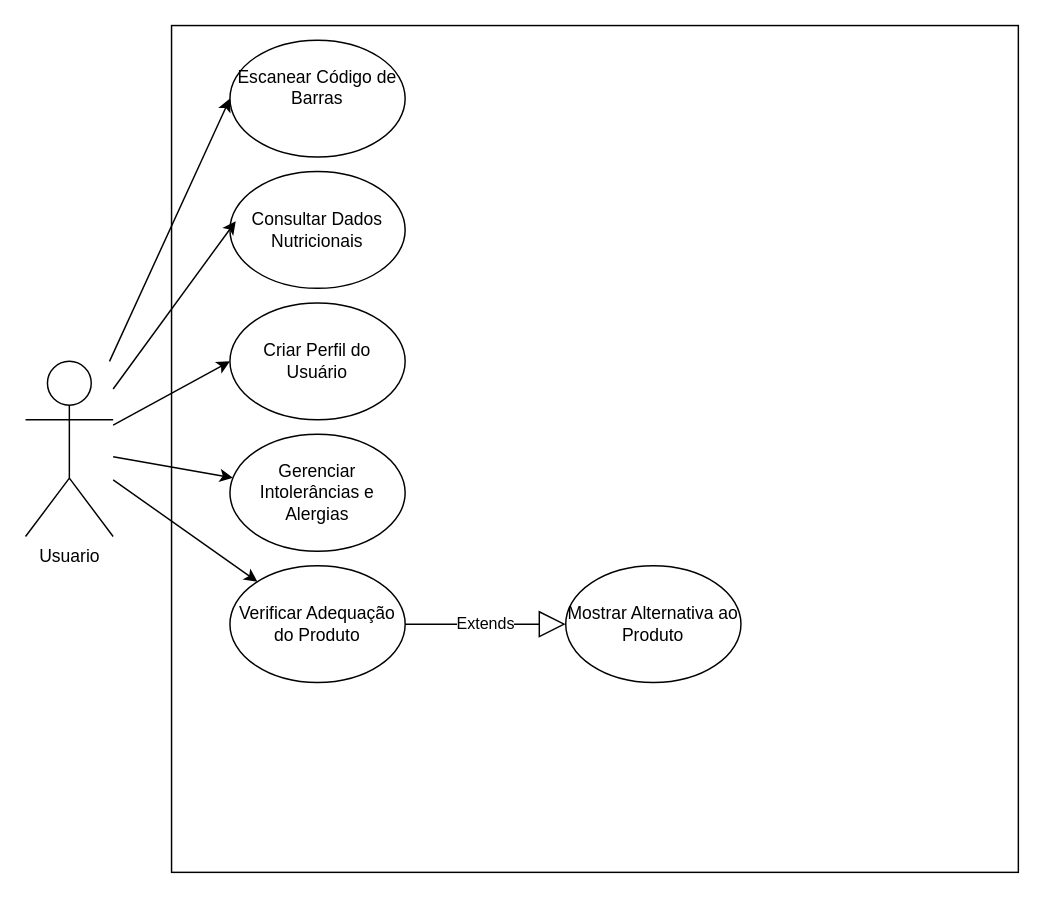
This is Diagrama sem nome.drawio from gabirucosta2140/desktop-Diogo, a draw.io file, before an edit. Source tidied: cells renumbered, new cells numbered last; positions are measured from the earlier drawing's top-left corner, leaving out a move shared by most shapes. Both pictures are drawn from the tidied source at 146%, with x=0, y=0 at pixel (25, 25).
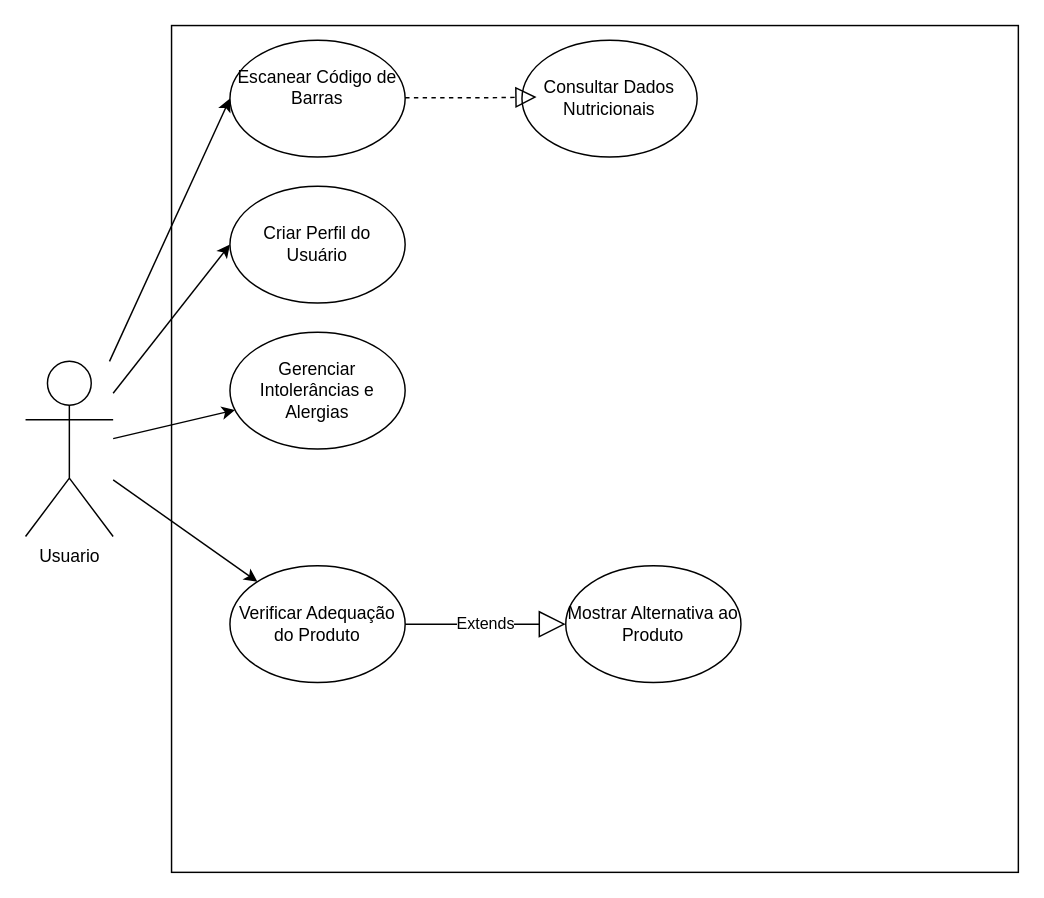
Above is the later version.

Commit message:
Actualizar Diagrama Caso de uso nutriscan.drawio

The edit, as a diff of the source:
```diff
@@
 <mxGraphModel>
   <root>
     <mxCell id="0" />
     <mxCell id="1" parent="0" />
     <mxCell id="2" style="whiteSpace=wrap;html=1;" parent="1" vertex="1">
       <mxGeometry x="100" width="580" height="580" as="geometry" />
     </mxCell>
     <mxCell id="3" value="Usuario" style="shape=umlActor;verticalLabelPosition=bottom;verticalAlign=top;html=1;outlineConnect=0;" parent="1" vertex="1">
       <mxGeometry y="230" width="60" height="120" as="geometry" />
     </mxCell>
     <mxCell id="4" value="&#10;Escanear Código de Barras&#10;&#10;" style="ellipse;whiteSpace=wrap;html=1;" parent="1" vertex="1">
       <mxGeometry x="140" y="10" width="120" height="80" as="geometry" />
     </mxCell>
     <mxCell id="5" style="endArrow=classic;html=1;rounded=0;entryX=0;entryY=0.5;entryDx=0;entryDy=0;" parent="1" edge="1" source="3" target="4">
       <mxGeometry relative="1" as="geometry" />
     </mxCell>
     <mxCell id="6" value="Consultar Dados Nutricionais" style="ellipse;whiteSpace=wrap;html=1;" parent="1" vertex="1">
-      <mxGeometry x="140" y="100" width="120" height="80" as="geometry" />
+      <mxGeometry x="340" y="10" width="120" height="80" as="geometry" />
     </mxCell>
-    <mxCell id="7" style="endArrow=classic;html=1;rounded=0;entryX=0.033;entryY=0.425;entryDx=0;entryDy=0;entryPerimeter=0;" parent="1" edge="1" source="3" target="6">
-      <mxGeometry relative="1" as="geometry" />
-    </mxCell>
     <mxCell id="8" value="Criar Perfil do Usuário" style="ellipse;whiteSpace=wrap;html=1;" parent="1" vertex="1">
-      <mxGeometry x="140" y="190" width="120" height="80" as="geometry" />
+      <mxGeometry x="140" y="110" width="120" height="80" as="geometry" />
     </mxCell>
     <mxCell id="9" style="endArrow=classic;html=1;rounded=0;entryX=0;entryY=0.5;entryDx=0;entryDy=0;" parent="1" edge="1" source="3" target="8">
       <mxGeometry relative="1" as="geometry" />
     </mxCell>
     <mxCell id="10" value="Gerenciar Intolerâncias e Alergias" style="ellipse;whiteSpace=wrap;html=1;" parent="1" vertex="1">
-      <mxGeometry x="140" y="280" width="120" height="80" as="geometry" />
+      <mxGeometry x="140" y="210" width="120" height="80" as="geometry" />
     </mxCell>
     <mxCell id="11" style="endArrow=classic;html=1;rounded=0;" parent="1" edge="1" source="3" target="10">
       <mxGeometry relative="1" as="geometry" />
     </mxCell>
     <mxCell id="12" value="Verificar Adequação do Produto" style="ellipse;whiteSpace=wrap;html=1;" parent="1" vertex="1">
       <mxGeometry x="140" y="370" width="120" height="80" as="geometry" />
     </mxCell>
     <mxCell id="13" style="endArrow=classic;html=1;rounded=0;" parent="1" edge="1" source="3" target="12">
       <mxGeometry relative="1" as="geometry" />
     </mxCell>
     <mxCell id="14" value="Mostrar Alternativa ao Produto" style="ellipse;whiteSpace=wrap;html=1;" parent="1" vertex="1">
       <mxGeometry x="370" y="370" width="120" height="80" as="geometry" />
     </mxCell>
     <mxCell id="15" value="Extends" style="endArrow=block;endSize=16;endFill=0;html=1;rounded=0;" parent="1" edge="1" target="14">
       <mxGeometry relative="1" as="geometry">
         <mxPoint x="260" y="410" as="sourcePoint" />
       </mxGeometry>
     </mxCell>
+    <mxCell id="16" style="endArrow=block;dashed=1;endFill=0;endSize=12;html=1;rounded=0;" parent="1" edge="1">
+      <mxGeometry relative="1" as="geometry">
+        <mxPoint x="260" y="49.4" as="sourcePoint" />
+        <mxPoint x="350" y="49" as="targetPoint" />
+        <Array as="points">
+          <mxPoint x="320" y="49.4" />
+        </Array>
+      </mxGeometry>
+    </mxCell>
   </root>
 </mxGraphModel>
```
